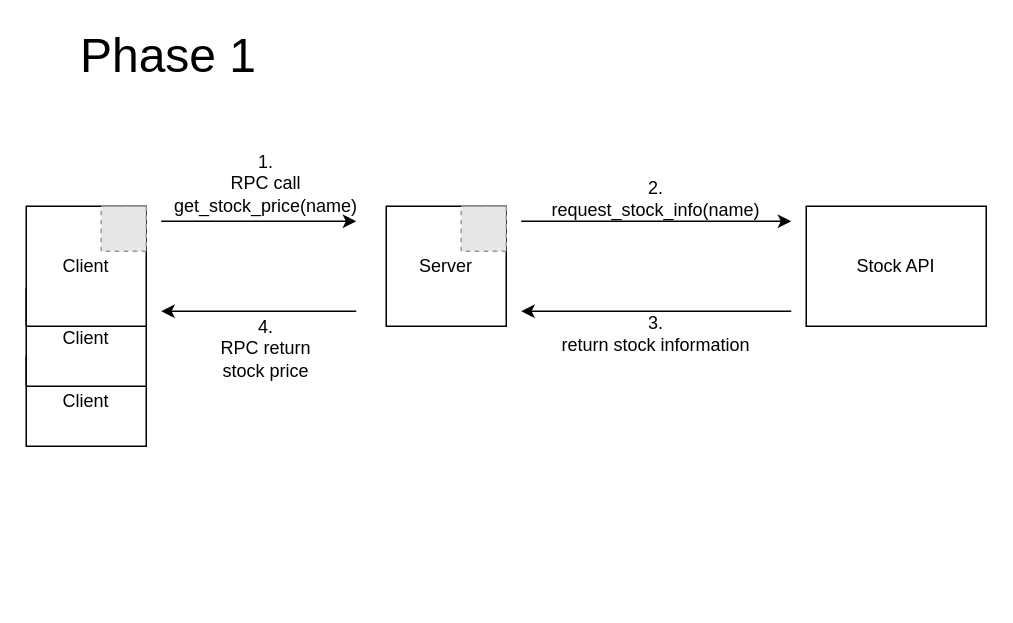
Ties17/ADS-Group-16 keeps this draw.io diagram as Architecture ADS.drawio. Above is the earlier version. Source tidied: cells renumbered, new cells numbered last; positions are measured from the earlier drawing's top-left corner, leaving out a move shared by most shapes. Both pictures are drawn from the tidied source at 150%, with x=0, y=0 at pixel (26, 26). Pictures stored in the file or linked from it are replaced by grey dashed boxes.
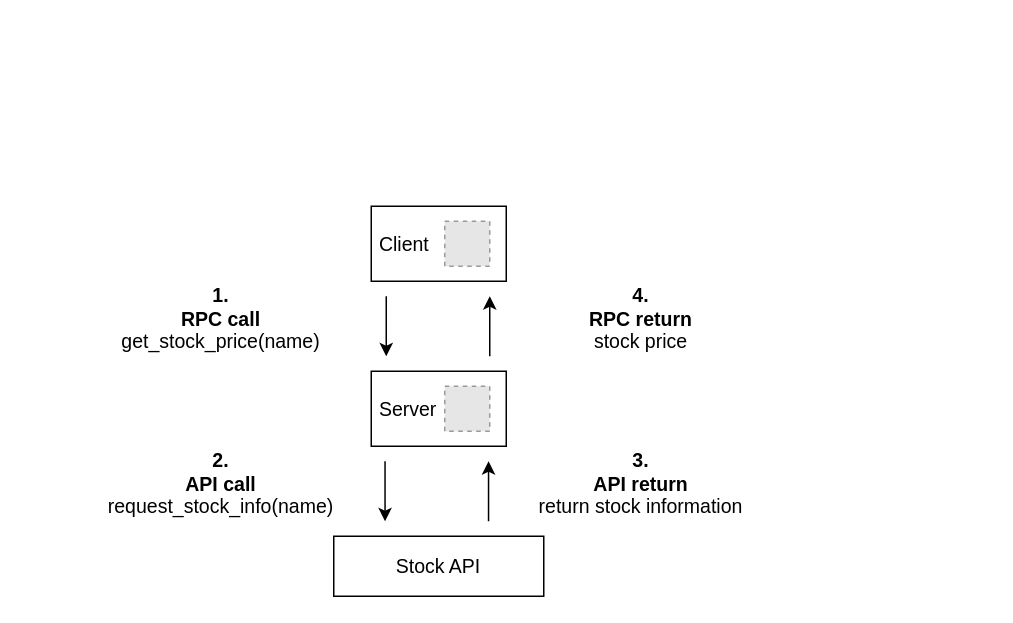
Above is the later version.

Commit message (it also covers changes not shown here):
Update the phase 1 diagram

What changed in the source:
```diff
@@
-    <mxCell id="2" value="Client" style="rounded=0;whiteSpace=wrap;html=1;" parent="1" vertex="1">
-      <mxGeometry y="220" width="80" height="60" as="geometry" />
-    </mxCell>
-    <mxCell id="3" value="Client" style="rounded=0;whiteSpace=wrap;html=1;" parent="1" vertex="1">
-      <mxGeometry y="175" width="80" height="65" as="geometry" />
-    </mxCell>
-    <mxCell id="4" value="Client" style="rounded=0;whiteSpace=wrap;html=1;" parent="1" vertex="1">
-      <mxGeometry y="120" width="80" height="80" as="geometry" />
+    <mxCell id="4" value="&amp;nbsp;Client" style="rounded=0;whiteSpace=wrap;html=1;fontSize=13;align=left;" parent="1" vertex="1">
+      <mxGeometry x="230" y="120" width="90" height="50" as="geometry" />
     </mxCell>
-    <mxCell id="5" value="Server" style="rounded=0;whiteSpace=wrap;html=1;" parent="1" vertex="1">
-      <mxGeometry x="240" y="120" width="80" height="80" as="geometry" />
-    </mxCell>
-    <mxCell id="6" value="Stock API" style="rounded=0;whiteSpace=wrap;html=1;" parent="1" vertex="1">
-      <mxGeometry x="520" y="120" width="120" height="80" as="geometry" />
+    <mxCell id="6" value="Stock API" style="rounded=0;whiteSpace=wrap;html=1;fontSize=13;" parent="1" vertex="1">
+      <mxGeometry x="205" y="340" width="140" height="40" as="geometry" />
     </mxCell>
-    <mxCell id="7" style="endArrow=classic;html=1;rounded=0;" parent="1" edge="1">
-      <mxGeometry relative="1" as="geometry">
-        <mxPoint x="90" y="130" as="sourcePoint" />
-        <mxPoint x="220" y="130" as="targetPoint" />
-      </mxGeometry>
-    </mxCell>
-    <mxCell id="8" value="1.&lt;br&gt;RPC call get_stock_price(name)" style="text;html=1;strokeColor=none;fillColor=none;align=center;verticalAlign=middle;whiteSpace=wrap;rounded=0;" parent="1" vertex="1">
-      <mxGeometry x="130" y="90" width="60" height="30" as="geometry" />
+    <mxCell id="8" value="&lt;b style=&quot;font-size: 13px;&quot;&gt;1.&lt;br style=&quot;font-size: 13px;&quot;&gt;RPC call&lt;/b&gt; get_stock_price(name)" style="text;html=1;strokeColor=none;fillColor=none;align=center;verticalAlign=middle;whiteSpace=wrap;rounded=0;fontSize=13;" parent="1" vertex="1">
+      <mxGeometry x="100" y="180" width="60" height="30" as="geometry" />
     </mxCell>
-    <mxCell id="9" style="endArrow=classic;html=1;rounded=0;" parent="1" edge="1">
-      <mxGeometry relative="1" as="geometry">
-        <mxPoint x="330" y="130" as="sourcePoint" />
-        <mxPoint x="510" y="130" as="targetPoint" />
-        <Array as="points">
-          <mxPoint x="440" y="130" />
-        </Array>
-      </mxGeometry>
-    </mxCell>
-    <mxCell id="10" value="2.&lt;br&gt;request_stock_info(name)" style="text;html=1;strokeColor=none;fillColor=none;align=center;verticalAlign=middle;whiteSpace=wrap;rounded=0;" parent="1" vertex="1">
-      <mxGeometry x="390" y="100" width="60" height="30" as="geometry" />
+    <mxCell id="10" value="&lt;b style=&quot;font-size: 13px;&quot;&gt;2.&lt;br style=&quot;font-size: 13px;&quot;&gt;API call&lt;/b&gt;&lt;br style=&quot;font-size: 13px;&quot;&gt;request_stock_info(name)" style="text;html=1;strokeColor=none;fillColor=none;align=center;verticalAlign=middle;whiteSpace=wrap;rounded=0;fontSize=13;" parent="1" vertex="1">
+      <mxGeometry x="100" y="290" width="60" height="30" as="geometry" />
     </mxCell>
-    <mxCell id="11" style="endArrow=classic;html=1;rounded=0;" parent="1" edge="1">
-      <mxGeometry relative="1" as="geometry">
-        <mxPoint x="510" y="190" as="sourcePoint" />
-        <mxPoint x="330" y="190" as="targetPoint" />
-      </mxGeometry>
-    </mxCell>
-    <mxCell id="12" value="3.&lt;br&gt;return stock information" style="text;html=1;strokeColor=none;fillColor=none;align=center;verticalAlign=middle;whiteSpace=wrap;rounded=0;" parent="1" vertex="1">
-      <mxGeometry x="355" y="190" width="130" height="30" as="geometry" />
+    <mxCell id="12" value="&lt;b style=&quot;font-size: 13px;&quot;&gt;3.&lt;br style=&quot;font-size: 13px;&quot;&gt;API return&lt;/b&gt;&lt;br style=&quot;font-size: 13px;&quot;&gt;return stock information" style="text;html=1;strokeColor=none;fillColor=none;align=center;verticalAlign=middle;whiteSpace=wrap;rounded=0;fontSize=13;" parent="1" vertex="1">
+      <mxGeometry x="330" y="290" width="160" height="30" as="geometry" />
     </mxCell>
-    <mxCell id="13" style="endArrow=classic;html=1;rounded=0;" parent="1" edge="1">
-      <mxGeometry relative="1" as="geometry">
-        <mxPoint x="220" y="190" as="sourcePoint" />
-        <mxPoint x="90" y="190" as="targetPoint" />
-      </mxGeometry>
-    </mxCell>
-    <mxCell id="14" value="4.&lt;br&gt;RPC return &lt;br&gt;stock price" style="text;html=1;strokeColor=none;fillColor=none;align=center;verticalAlign=middle;whiteSpace=wrap;rounded=0;" parent="1" vertex="1">
-      <mxGeometry x="95" y="200" width="130" height="30" as="geometry" />
+    <mxCell id="14" value="&lt;b style=&quot;font-size: 13px;&quot;&gt;4.&lt;br style=&quot;font-size: 13px;&quot;&gt;RPC return &lt;/b&gt;&lt;br style=&quot;font-size: 13px;&quot;&gt;stock price" style="text;html=1;strokeColor=none;fillColor=none;align=center;verticalAlign=middle;whiteSpace=wrap;rounded=0;fontSize=13;" parent="1" vertex="1">
+      <mxGeometry x="345" y="180" width="130" height="30" as="geometry" />
     </mxCell>
-    <mxCell id="15" style="fillColor=#E6E6E6;strokeColor=#999999;dashed=1;verticalLabelPosition=bottom;labelBackgroundColor=default;verticalAlign=top;" parent="1" vertex="1">
-      <mxGeometry x="50" y="120" width="30" height="30" as="geometry" />
+    <mxCell id="15" style="fillColor=#E6E6E6;strokeColor=#999999;dashed=1;verticalLabelPosition=bottom;labelBackgroundColor=default;verticalAlign=top;fontSize=13;" parent="1" vertex="1">
+      <mxGeometry x="279" y="130" width="30" height="30" as="geometry" />
     </mxCell>
-    <mxCell id="16" style="fillColor=#E6E6E6;strokeColor=#999999;dashed=1;verticalLabelPosition=bottom;labelBackgroundColor=default;verticalAlign=top;" parent="1" vertex="1">
-      <mxGeometry x="290" y="120" width="30" height="30" as="geometry" />
-    </mxCell>
-    <mxCell id="17" value="&lt;font style=&quot;font-size: 32px;&quot;&gt;Phase 1&lt;/font&gt;" style="text;html=1;strokeColor=none;fillColor=none;align=center;verticalAlign=middle;whiteSpace=wrap;rounded=0;" parent="1" vertex="1">
-      <mxGeometry width="190" height="40" as="geometry" />
-    </mxCell>
+    <mxCell id="18" style="endArrow=classic;html=1;rounded=0;fontSize=13;" parent="1" edge="1">
+      <mxGeometry relative="1" as="geometry">
+        <mxPoint x="240" y="180" as="sourcePoint" />
+        <mxPoint x="240" y="220" as="targetPoint" />
+      </mxGeometry>
+    </mxCell>
+    <mxCell id="19" style="endArrow=classic;html=1;rounded=0;fontSize=13;" parent="1" edge="1">
+      <mxGeometry relative="1" as="geometry">
+        <mxPoint x="309" y="220" as="sourcePoint" />
+        <mxPoint x="309" y="180" as="targetPoint" />
+      </mxGeometry>
+    </mxCell>
+    <mxCell id="5" value="&amp;nbsp;Server" style="rounded=0;whiteSpace=wrap;html=1;fontSize=13;align=left;" parent="1" vertex="1">
+      <mxGeometry x="230" y="230" width="90" height="50" as="geometry" />
+    </mxCell>
+    <mxCell id="20" style="fillColor=#E6E6E6;strokeColor=#999999;dashed=1;verticalLabelPosition=bottom;labelBackgroundColor=default;verticalAlign=top;fontSize=13;" parent="1" vertex="1">
+      <mxGeometry x="279" y="240" width="30" height="30" as="geometry" />
+    </mxCell>
+    <mxCell id="21" style="endArrow=classic;html=1;rounded=0;fontSize=13;" parent="1" edge="1">
+      <mxGeometry relative="1" as="geometry">
+        <mxPoint x="239.2" y="290" as="sourcePoint" />
+        <mxPoint x="239.2" y="330" as="targetPoint" />
+      </mxGeometry>
+    </mxCell>
+    <mxCell id="22" style="endArrow=classic;html=1;rounded=0;fontSize=13;" parent="1" edge="1">
+      <mxGeometry relative="1" as="geometry">
+        <mxPoint x="308.2" y="330" as="sourcePoint" />
+        <mxPoint x="308.2" y="290" as="targetPoint" />
+      </mxGeometry>
+    </mxCell>
```
